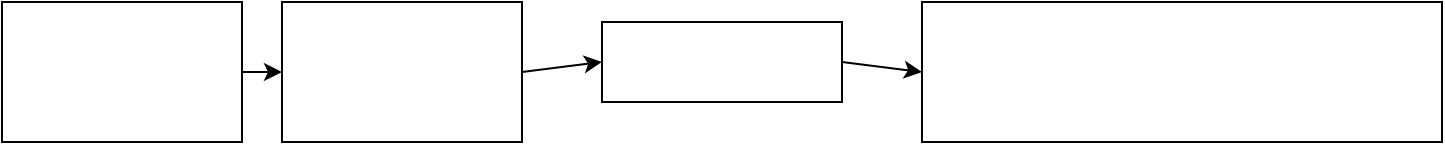
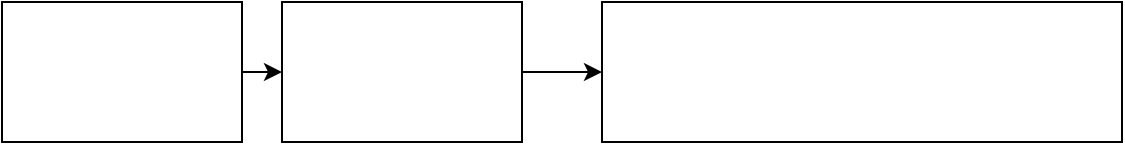
<mxfile>
  <diagram>
    <mxGraphModel>
      <root>
        <mxCell id="0"/>
        <mxCell id="1" parent="0"/>
        <object gap="4" name="src0" placeholders="1" id="9">
          <mxCell style="drawclockType=source;points=[[1.0000,0.5000,0,0,0]];" vertex="1" parent="1">
            <mxGeometry x="0" y="40" width="120" height="70" as="geometry"/>
          </mxCell>
        </object>
        <object gap="4" name="pll0" placeholders="1" id="10">
          <mxCell style="drawclockType=pll;points=[[0.3500,0.3333,0,0,0],[0.6500,0.3333,0,0,0]];" vertex="1" parent="1">
            <mxGeometry x="140" y="40" width="120" height="70" as="geometry"/>
          </mxCell>
        </object>
-         <object gap="4" name="bus" placeholders="1" id="11">
-           <mxCell style="drawclockType=wire;points=[[0.0000,0.5000,0,0,0],[1.0000,0.5000,0,0,0]];" vertex="1" parent="1">
-             <mxGeometry x="300" y="50" width="120" height="40" as="geometry"/>
-           </mxCell>
-         </object>
        <object freq="50" freq_gap="30" gap="4" name="clk0" placeholders="1" id="12">
          <mxCell style="drawclockType=clock;points=[[0.0000,0.5000,0,0,0]];" vertex="1" parent="1">
-             <mxGeometry x="460" y="40" width="260" height="70" as="geometry"/>
+             <mxGeometry x="300" y="40" width="260" height="70" as="geometry"/>
          </mxCell>
        </object>
        <mxCell id="19" style="exitX=1;exitY=0.5;entryX=0;entryY=0.5;" edge="1" parent="1" source="9" target="10">
          <mxGeometry relative="1" as="geometry"/>
        </mxCell>
-         <mxCell id="20" style="exitX=1;exitY=0.5;entryX=0;entryY=0.5;" edge="1" parent="1" source="10" target="11">
-           <mxGeometry relative="1" as="geometry"/>
-         </mxCell>
-         <mxCell id="21" style="exitX=1;exitY=0.5;entryX=0;entryY=0.5;" edge="1" parent="1" source="11" target="12">
+         <mxCell id="20" style="exitX=1;exitY=0.5;entryX=0;entryY=0.5;" edge="1" parent="1" source="10" target="12">
          <mxGeometry relative="1" as="geometry"/>
        </mxCell>
      </root>
    </mxGraphModel>
  </diagram>
</mxfile>
